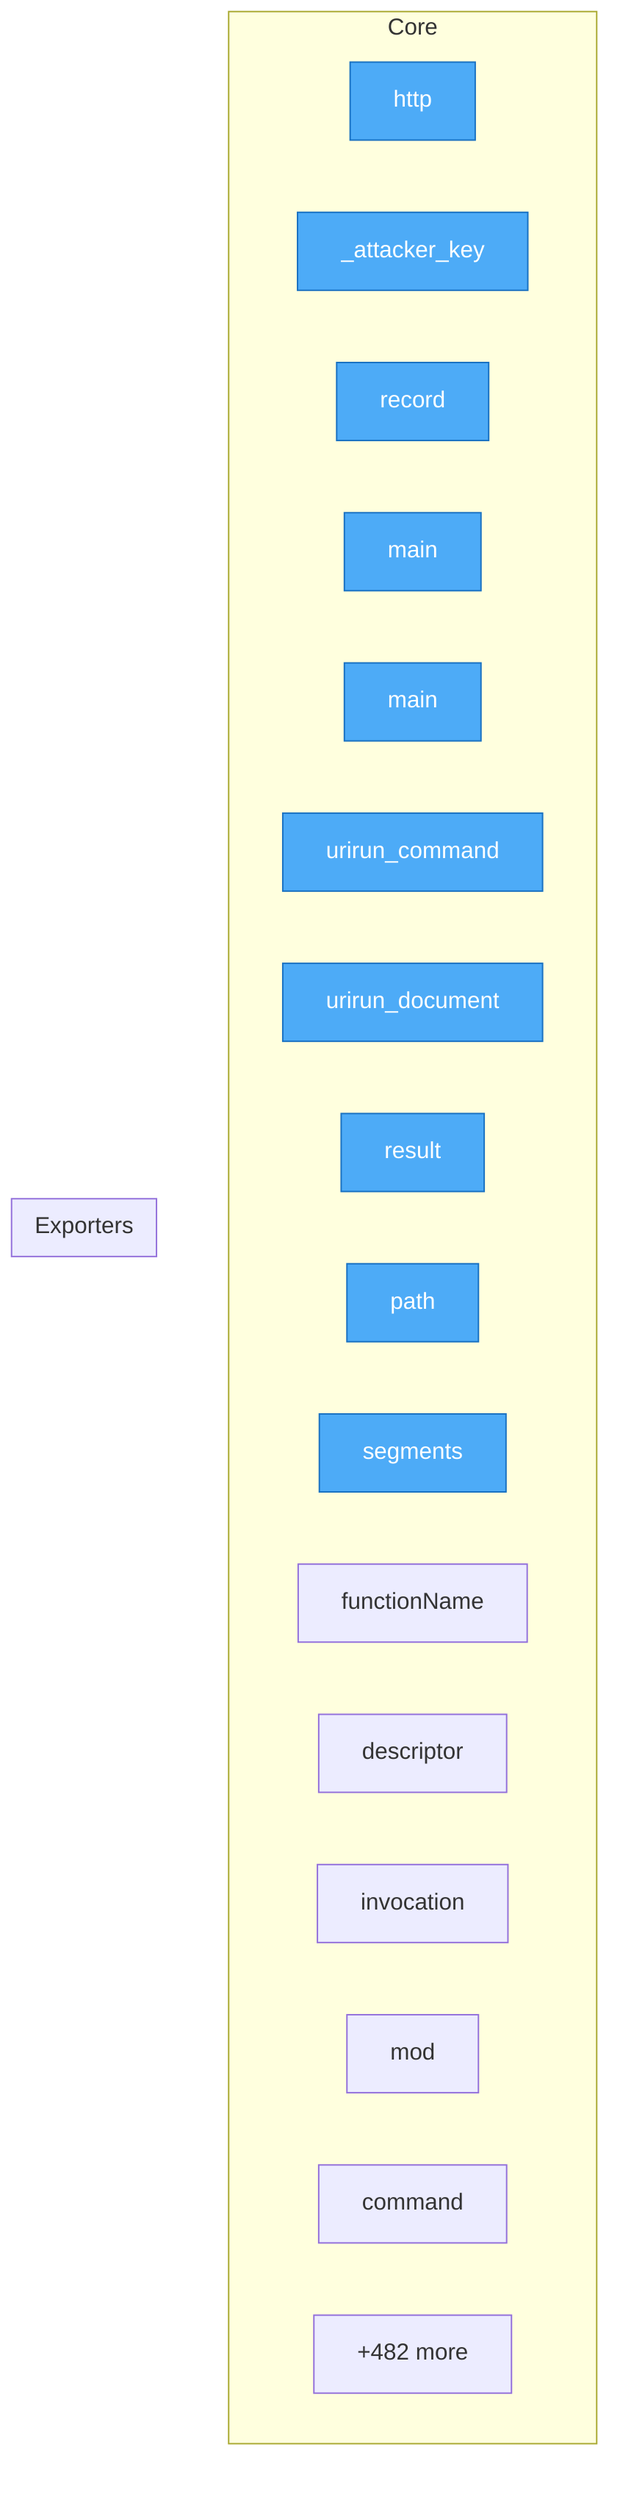
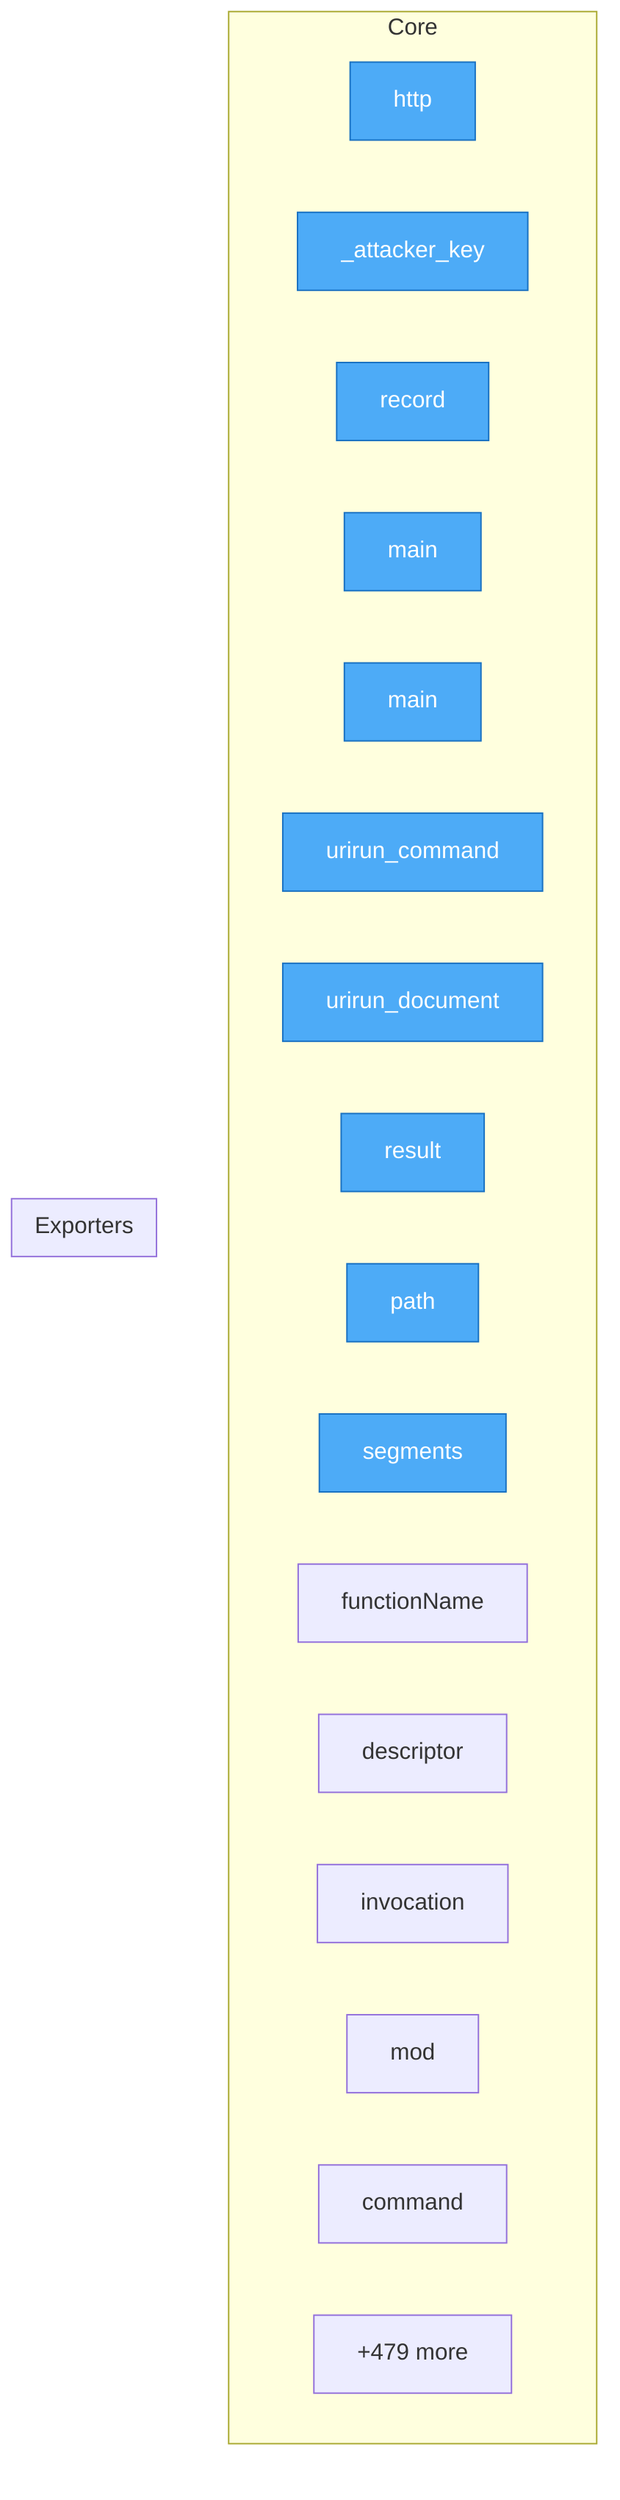
flowchart TD
- %% generated in 0.06s
+ %% generated in 0.04s

    %% Entry points (blue)
    classDef entry fill:#4dabf7,stroke:#1971c2,color:#fff

    subgraph Core
        security__mesh_probe__probe__http["http"]
        security__mesh_probe__probe___attacker_key["_attacker_key"]
        security__mesh_probe__probe__record["record"]
        adapters__conformance__main["main"]
        adapters__new_connector__main["main"]
        adapters__bash__urirun__urirun_command["urirun_command"]
        adapters__bash__urirun__urirun_document["urirun_document"]
        adapters__js__index__test__result["result"]
        adapters__js__path["path"]
        adapters__js__segments["segments"]
        adapters__js__functionName["functionName"]
        adapters__js__descriptor["descriptor"]
        adapters__js__invocation["invocation"]
        adapters__js__mod["mod"]
        adapters__java__Urirun__Urirun__command["command"]
-         ...["+482 more"]
+         ...["+479 more"]
    end

    subgraph Exporters
    end

    class security__mesh_probe__probe__http,security__mesh_probe__probe___attacker_key,security__mesh_probe__probe__record,adapters__conformance__main,adapters__new_connector__main,adapters__bash__urirun__urirun_command,adapters__bash__urirun__urirun_document,adapters__js__index__test__result,adapters__js__path,adapters__js__segments entry
